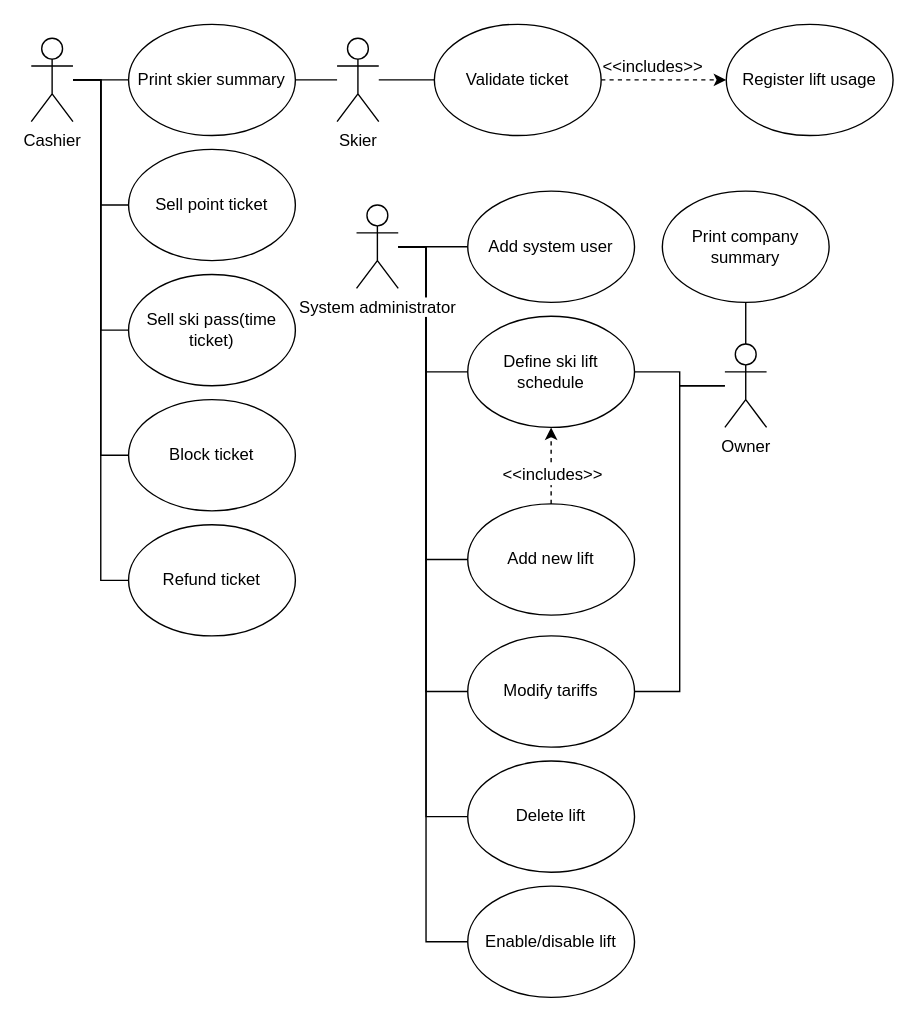
Before: UMLs Reqs and project analysis/use-case.drawio in wsmaga/AEII_2020_BD2_Smaga_Narciarstwo, a draw.io diagram. Source tidied: cells renumbered, new cells numbered last; positions are measured from the earlier drawing's top-left corner, leaving out a move shared by most shapes. Both pictures are drawn from the tidied source at 139%, with x=0, y=0 at pixel (31, 24).
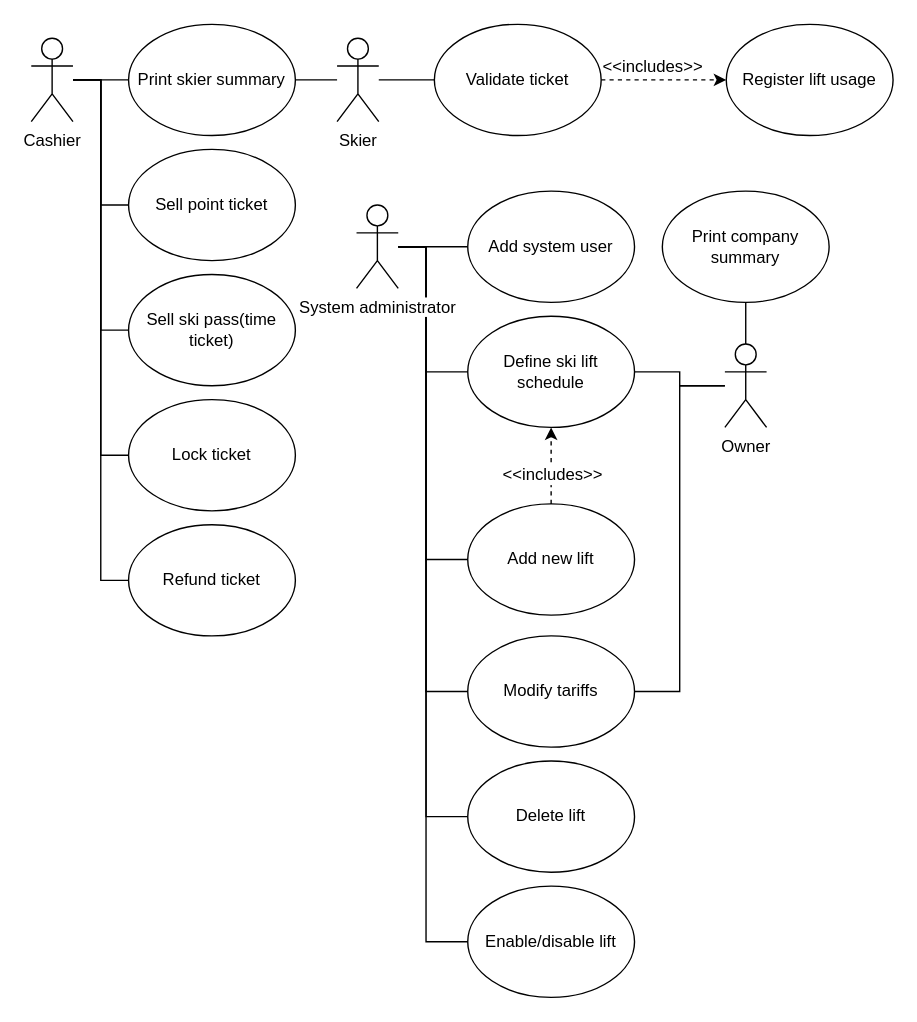
After the change.

What changed in the source:
```diff
@@
-    <mxCell id="35" value="Block ticket" style="ellipse;whiteSpace=wrap;html=1;" parent="1" vertex="1">
+    <mxCell id="35" value="Lock ticket" style="ellipse;whiteSpace=wrap;html=1;" parent="1" vertex="1">
       <mxGeometry x="70" y="270" width="120" height="80" as="geometry" />
     </mxCell>
```
